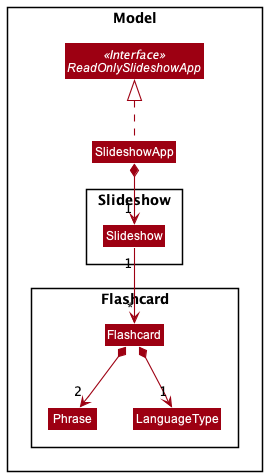
This is docs/images/SlideshowAppClassDiagram.png from sharmainec/tp, a PlantUML export, as it was before one commit. Its diagram source:
```plantuml
@startuml
!include style.puml
skinparam arrowThickness 1.1
skinparam arrowColor MODEL_COLOR
skinparam classBackgroundColor MODEL_COLOR

Package Model <<Rectangle>>{
Interface ReadOnlySlideshowApp <<Interface>>
Class SlideshowApp


Package Slideshow <<Rectangle>>{
Class Slideshow
}


Package Flashcard <<Rectangle>>{
Class Flashcard
Class Phrase
Class LanguageType
}

}

SlideshowApp .up.|> ReadOnlySlideshowApp
SlideshowApp *--> "1" Slideshow
Slideshow "1" --> "*" Flashcard
Flashcard *--> "2" Phrase
Flashcard *--> "1" LanguageType

@enduml
```
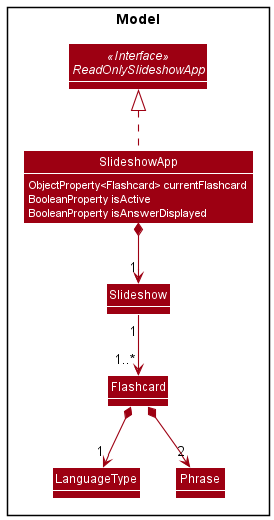
The same diagram one commit later.

Commit message:
Update SlideshowApp class diagram

Change to the diagram source:
```diff
@@ -3,29 +3,30 @@
 skinparam arrowThickness 1.1
 skinparam arrowColor MODEL_COLOR
 skinparam classBackgroundColor MODEL_COLOR
+show members
+hide methods
+
+skinparam Class {
+    AttributeFontColor #FFFFFF
+}
 
 Package Model <<Rectangle>>{
-Interface ReadOnlySlideshowApp <<Interface>>
-Class SlideshowApp
-
-
-Package Slideshow <<Rectangle>>{
-Class Slideshow
-}
-
-
-Package Flashcard <<Rectangle>>{
-Class Flashcard
-Class Phrase
-Class LanguageType
-}
-
+    Interface ReadOnlySlideshowApp <<Interface>>
+    Class SlideshowApp {
+        ObjectProperty<Flashcard> currentFlashcard
+        BooleanProperty isActive
+        BooleanProperty isAnswerDisplayed
+    }
+    Class Slideshow
+    Class Flashcard
+    Class LanguageType
+    Class Phrase
 }
 
 SlideshowApp .up.|> ReadOnlySlideshowApp
 SlideshowApp *--> "1" Slideshow
-Slideshow "1" --> "*" Flashcard
+Slideshow "1" --> "1..*" Flashcard
+Flashcard *--> "1" LanguageType
 Flashcard *--> "2" Phrase
-Flashcard *--> "1" LanguageType
 
 @enduml
```
